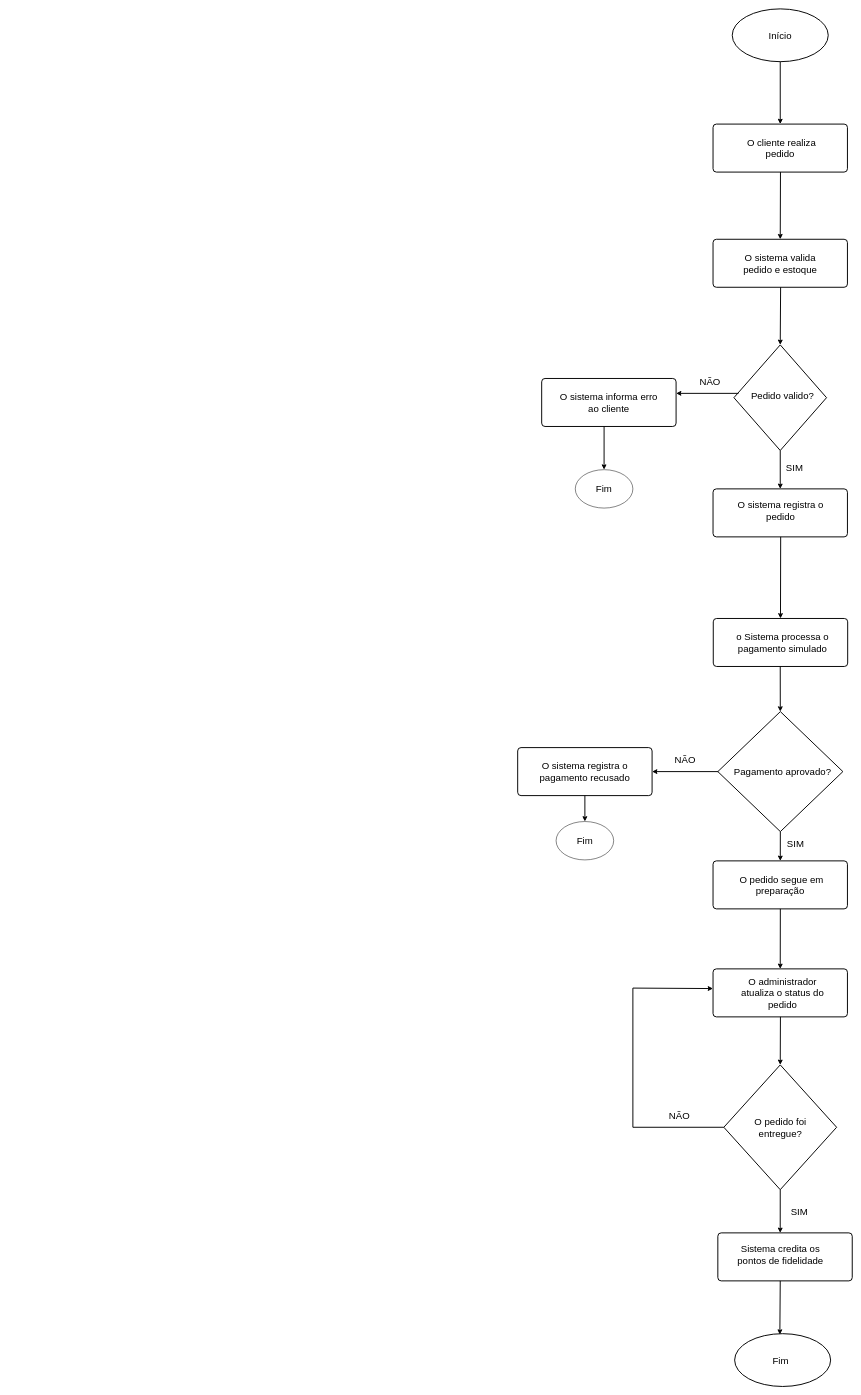
Earlier version of the draw.io diagram Diagramas/fluxo_do_pedido.drawio (itsvecci/raizes-do-nordeste). Source tidied: cells renumbered, new cells numbered last; positions are measured from the earlier drawing's top-left corner, leaving out a move shared by most shapes. Both pictures are drawn from the tidied source at 48%, with x=0, y=0 at pixel (517, 9).
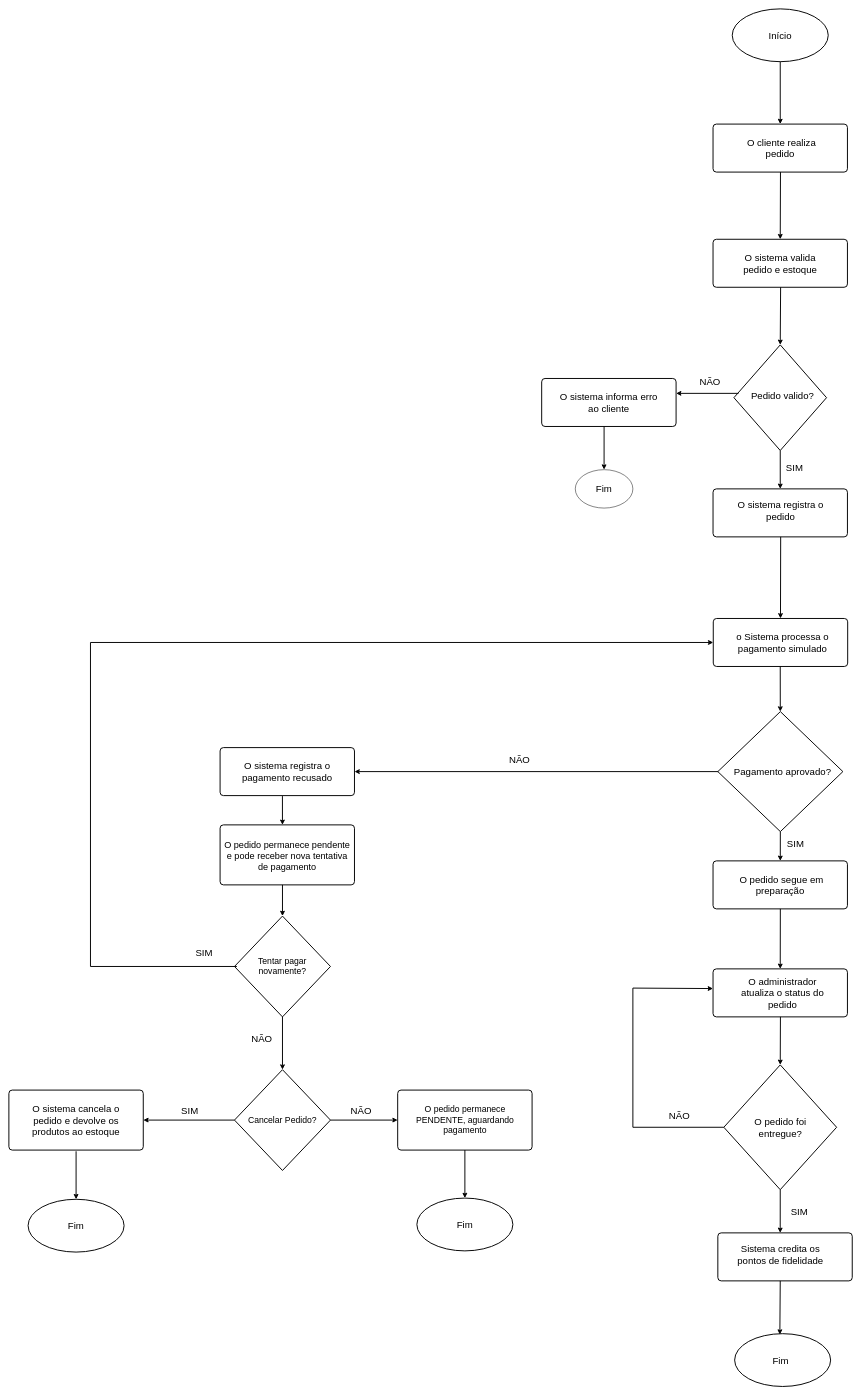
After the change.

Unchanged cells that the change refers to:
```xml
<mxCell id="7" style="rounded=1;whiteSpace=wrap;html=1;absoluteArcSize=1;arcSize=14;strokeWidth=2;roundedPerimeter=1;" parent="1" vertex="1">
  <mxGeometry x="407.5" y="1270" width="280" height="100" as="geometry" />
</mxCell>
```

The edit, as a diff of the source:
```diff
@@
     <mxCell id="36" style="rounded=1;whiteSpace=wrap;html=1;absoluteArcSize=1;arcSize=14;strokeWidth=2;roundedPerimeter=1;" parent="1" vertex="1">
-      <mxGeometry y="1539" width="280" height="100" as="geometry" />
+      <mxGeometry x="-620" y="1539" width="280" height="100" as="geometry" />
     </mxCell>
     <mxCell id="37" value="&lt;font style=&quot;font-size: 20px;&quot;&gt;NÃO&lt;/font&gt;" style="text;html=1;whiteSpace=wrap;strokeColor=none;fillColor=none;align=center;verticalAlign=middle;rounded=0;" parent="1" vertex="1">
-      <mxGeometry x="302" y="1539" width="93.5" height="50" as="geometry" />
+      <mxGeometry x="-43.5" y="1539" width="93.5" height="50" as="geometry" />
     </mxCell>
     <mxCell id="38" value="&lt;span style=&quot;font-size: 20px;&quot;&gt;O sistema registra o pagamento recusado&lt;/span&gt;" style="text;html=1;whiteSpace=wrap;strokeColor=none;fillColor=none;align=center;verticalAlign=middle;rounded=0;" parent="1" vertex="1">
-      <mxGeometry x="35" y="1564" width="210" height="50" as="geometry" />
+      <mxGeometry x="-585" y="1564" width="210" height="50" as="geometry" />
     </mxCell>
-    <mxCell id="39" style="endArrow=classic;html=1;rounded=0;defaultLabelBackgroundColor=page;labelPadding=0 4;exitX=0.5;exitY=1;exitDx=0;exitDy=0;exitPerimeter=0;strokeWidth=2;" parent="1" edge="1" target="40">
+    <mxCell id="39" style="endArrow=classic;html=1;rounded=0;defaultLabelBackgroundColor=page;labelPadding=0 4;strokeWidth=2;entryX=0.463;entryY=-0.014;entryDx=0;entryDy=0;" parent="1" edge="1" target="57">
       <mxGeometry relative="1" as="geometry">
-        <mxPoint x="140" y="1639" as="sourcePoint" />
+        <mxPoint x="-490.1" y="1640" as="sourcePoint" />
       </mxGeometry>
     </mxCell>
-    <mxCell id="40" style="ellipse;whiteSpace=wrap;html=1;shapeInside=1;" parent="1" vertex="1">
-      <mxGeometry x="80" y="1693" width="120" height="80" as="geometry" />
-    </mxCell>
-    <mxCell id="41" value="&lt;font style=&quot;font-size: 20px;&quot;&gt;Fim&lt;/font&gt;" style="text;html=1;whiteSpace=wrap;strokeColor=none;fillColor=none;align=center;verticalAlign=middle;rounded=0;" parent="1" vertex="1">
-      <mxGeometry x="93.2" y="1708" width="93.5" height="50" as="geometry" />
-    </mxCell>
@@
+    <mxCell id="57" style="rounded=1;whiteSpace=wrap;html=1;absoluteArcSize=1;arcSize=14;strokeWidth=2;roundedPerimeter=1;" parent="1" vertex="1">
+      <mxGeometry x="-620" y="1700" width="280" height="125" as="geometry" />
+    </mxCell>
+    <mxCell id="58" value="&lt;span style=&quot;font-size: 19px;&quot;&gt;&lt;font face=&quot;Helvetica&quot;&gt;O pedido permanece pendente e pode receber nova tentativa de pagamento&lt;/font&gt;&lt;/span&gt;" style="text;html=1;whiteSpace=wrap;strokeColor=none;fillColor=none;align=center;verticalAlign=middle;rounded=0;" parent="1" vertex="1">
+      <mxGeometry x="-615" y="1750" width="270" height="30" as="geometry" />
+    </mxCell>
+    <mxCell id="59" style="strokeWidth=2;html=1;shape=mxgraph.flowchart.decision;whiteSpace=wrap;" parent="1" vertex="1">
+      <mxGeometry x="-590" y="1890" width="200" height="210" as="geometry" />
+    </mxCell>
+    <mxCell id="60" value="&lt;p&gt;&lt;code&gt;&lt;font face=&quot;Helvetica&quot; style=&quot;font-size: 18px;&quot;&gt;Tentar pagar novamente?&lt;/font&gt;&lt;/code&gt;&lt;/p&gt;&lt;p&gt;&lt;/p&gt;" style="text;html=1;whiteSpace=wrap;strokeColor=none;fillColor=none;align=center;verticalAlign=middle;rounded=0;" parent="1" vertex="1">
+      <mxGeometry x="-585" y="1940" width="190" height="110" as="geometry" />
+    </mxCell>
+    <mxCell id="61" style="endArrow=classic;html=1;rounded=0;defaultLabelBackgroundColor=page;labelPadding=0 4;strokeWidth=2;entryX=0.5;entryY=0;entryDx=0;entryDy=0;entryPerimeter=0;" parent="1" edge="1" target="59">
+      <mxGeometry relative="1" as="geometry">
+        <mxPoint x="-490" y="1825" as="sourcePoint" />
+      </mxGeometry>
+    </mxCell>
+    <mxCell id="62" style="endArrow=classic;html=1;rounded=0;defaultLabelBackgroundColor=page;labelPadding=0 4;exitX=0;exitY=0.5;exitDx=0;exitDy=0;strokeWidth=2;entryX=0;entryY=0.5;entryDx=0;entryDy=0;" parent="1" edge="1" source="60" target="7">
+      <mxGeometry x="-0.9" relative="1" as="geometry">
+        <Array as="points">
+          <mxPoint x="-890" y="1995" />
+          <mxPoint x="-890" y="1320" />
+        </Array>
+      </mxGeometry>
+    </mxCell>
+    <mxCell id="63" value="&lt;font style=&quot;font-size: 20px;&quot;&gt;SIM&lt;/font&gt;" style="text;html=1;whiteSpace=wrap;strokeColor=none;fillColor=none;align=center;verticalAlign=middle;rounded=0;" parent="1" vertex="1">
+      <mxGeometry x="-700" y="1940" width="93.5" height="50" as="geometry" />
+    </mxCell>
+    <mxCell id="64" style="strokeWidth=2;html=1;shape=mxgraph.flowchart.decision;whiteSpace=wrap;" parent="1" vertex="1">
+      <mxGeometry x="-590" y="2210" width="200" height="210" as="geometry" />
+    </mxCell>
+    <mxCell id="65" value="&lt;p&gt;&lt;code&gt;&lt;font face=&quot;Helvetica&quot; style=&quot;font-size: 18px;&quot;&gt;Cancelar Pedido?&lt;/font&gt;&lt;/code&gt;&lt;/p&gt;&lt;p&gt;&lt;/p&gt;" style="text;html=1;whiteSpace=wrap;strokeColor=none;fillColor=none;align=center;verticalAlign=middle;rounded=0;" parent="1" vertex="1">
+      <mxGeometry x="-585" y="2260" width="190" height="110" as="geometry" />
+    </mxCell>
+    <mxCell id="66" style="endArrow=classic;html=1;rounded=0;defaultLabelBackgroundColor=page;labelPadding=0 4;strokeWidth=2;entryX=0.5;entryY=0;entryDx=0;entryDy=0;entryPerimeter=0;exitX=0.5;exitY=1;exitDx=0;exitDy=0;exitPerimeter=0;" parent="1" edge="1" source="59" target="64">
+      <mxGeometry x="0.22" relative="1" as="geometry" />
+    </mxCell>
+    <mxCell id="67" value="&lt;font style=&quot;font-size: 20px;&quot;&gt;NÃO&lt;/font&gt;" style="text;html=1;whiteSpace=wrap;strokeColor=none;fillColor=none;align=center;verticalAlign=middle;rounded=0;" parent="1" vertex="1">
+      <mxGeometry x="-580" y="2120" width="93.5" height="50" as="geometry" />
+    </mxCell>
+    <mxCell id="68" style="rounded=1;whiteSpace=wrap;html=1;absoluteArcSize=1;arcSize=14;strokeWidth=2;roundedPerimeter=1;" parent="1" vertex="1">
+      <mxGeometry x="-1060" y="2252.5" width="280" height="125" as="geometry" />
+    </mxCell>
+    <mxCell id="69" value="&lt;p&gt;&lt;font style=&quot;font-size: 20px;&quot;&gt;O sistema cancela o pedido e devolve os produtos ao estoque&lt;/font&gt;&lt;/p&gt;&lt;p&gt;&lt;/p&gt;" style="text;html=1;whiteSpace=wrap;strokeColor=none;fillColor=none;align=center;verticalAlign=middle;rounded=0;" parent="1" vertex="1">
+      <mxGeometry x="-1015" y="2260" width="190" height="110" as="geometry" />
+    </mxCell>
+    <mxCell id="70" style="endArrow=classic;html=1;rounded=0;defaultLabelBackgroundColor=page;labelPadding=0 4;strokeWidth=2;entryX=1;entryY=0.5;entryDx=0;entryDy=0;exitX=0;exitY=0.5;exitDx=0;exitDy=0;exitPerimeter=0;" parent="1" edge="1" source="64" target="68">
+      <mxGeometry x="0.22" relative="1" as="geometry" />
+    </mxCell>
+    <mxCell id="71" value="&lt;span style=&quot;font-size: 20px;&quot;&gt;SIM&lt;/span&gt;" style="text;html=1;whiteSpace=wrap;strokeColor=none;fillColor=none;align=center;verticalAlign=middle;rounded=0;" parent="1" vertex="1">
+      <mxGeometry x="-730" y="2270" width="93.5" height="50" as="geometry" />
+    </mxCell>
+    <mxCell id="72" style="rounded=1;whiteSpace=wrap;html=1;absoluteArcSize=1;arcSize=14;strokeWidth=2;roundedPerimeter=1;" parent="1" vertex="1">
+      <mxGeometry x="-250" y="2252.5" width="280" height="125" as="geometry" />
+    </mxCell>
+    <mxCell id="73" value="&lt;p&gt;&lt;span style=&quot;font-size: 18px;&quot;&gt;O pedido permanece PENDENTE, aguardando pagamento&lt;/span&gt;&lt;/p&gt;&lt;p&gt;&lt;/p&gt;" style="text;html=1;whiteSpace=wrap;strokeColor=none;fillColor=none;align=center;verticalAlign=middle;rounded=0;" parent="1" vertex="1">
+      <mxGeometry x="-240.2" y="2260" width="260.5" height="110" as="geometry" />
+    </mxCell>
+    <mxCell id="74" style="endArrow=classic;html=1;rounded=0;defaultLabelBackgroundColor=page;labelPadding=0 4;strokeWidth=2;entryX=0;entryY=0.5;entryDx=0;entryDy=0;exitX=1;exitY=0.5;exitDx=0;exitDy=0;exitPerimeter=0;" parent="1" edge="1" source="64" target="72">
+      <mxGeometry x="0.22" relative="1" as="geometry" />
+    </mxCell>
+    <mxCell id="75" value="&lt;font style=&quot;font-size: 20px;&quot;&gt;NÃO&lt;/font&gt;" style="text;html=1;whiteSpace=wrap;strokeColor=none;fillColor=none;align=center;verticalAlign=middle;rounded=0;" parent="1" vertex="1">
+      <mxGeometry x="-373" y="2270" width="93.5" height="50" as="geometry" />
+    </mxCell>
+    <mxCell id="76" style="endArrow=classic;html=1;rounded=0;defaultLabelBackgroundColor=page;labelPadding=0 4;strokeWidth=2;" parent="1" edge="1">
+      <mxGeometry x="0.22" relative="1" as="geometry">
+        <mxPoint x="-920" y="2380" as="sourcePoint" />
+        <mxPoint x="-920" y="2480" as="targetPoint" />
+      </mxGeometry>
+    </mxCell>
+    <mxCell id="77" style="strokeWidth=2;html=1;shape=mxgraph.flowchart.start_1;whiteSpace=wrap;perimeter=ellipsePerimeter;" parent="1" vertex="1">
+      <mxGeometry x="-1020" y="2480" width="200" height="110" as="geometry" />
+    </mxCell>
+    <mxCell id="78" value="&lt;font style=&quot;font-size: 20px;&quot;&gt;Fim&lt;/font&gt;" style="text;html=1;whiteSpace=wrap;strokeColor=none;fillColor=none;align=center;verticalAlign=middle;rounded=0;" parent="1" vertex="1">
+      <mxGeometry x="-975" y="2500" width="110" height="70" as="geometry" />
+    </mxCell>
+    <mxCell id="79" style="endArrow=classic;html=1;rounded=0;defaultLabelBackgroundColor=page;labelPadding=0 4;strokeWidth=2;" parent="1" edge="1">
+      <mxGeometry x="0.22" relative="1" as="geometry">
+        <mxPoint x="-110" y="2377.5" as="sourcePoint" />
+        <mxPoint x="-110" y="2477.5" as="targetPoint" />
+      </mxGeometry>
+    </mxCell>
+    <mxCell id="80" style="strokeWidth=2;html=1;shape=mxgraph.flowchart.start_1;whiteSpace=wrap;perimeter=ellipsePerimeter;" parent="1" vertex="1">
+      <mxGeometry x="-210" y="2477.5" width="200" height="110" as="geometry" />
+    </mxCell>
+    <mxCell id="81" value="&lt;font style=&quot;font-size: 20px;&quot;&gt;Fim&lt;/font&gt;" style="text;html=1;whiteSpace=wrap;strokeColor=none;fillColor=none;align=center;verticalAlign=middle;rounded=0;" parent="1" vertex="1">
+      <mxGeometry x="-165" y="2497.5" width="110" height="70" as="geometry" />
+    </mxCell>
```
